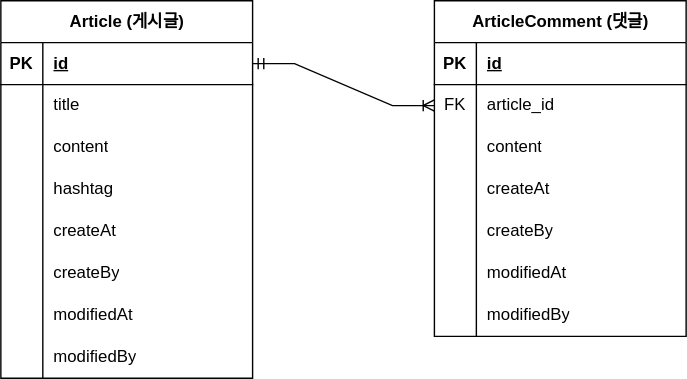
Before: document/ERD_diagram.svg, a diagram exported from draw.io (sanhaa/simple-board-project). Source tidied: cells renumbered, new cells last; positions are measured from the earlier drawing's top-left corner, leaving out a move shared by most shapes.
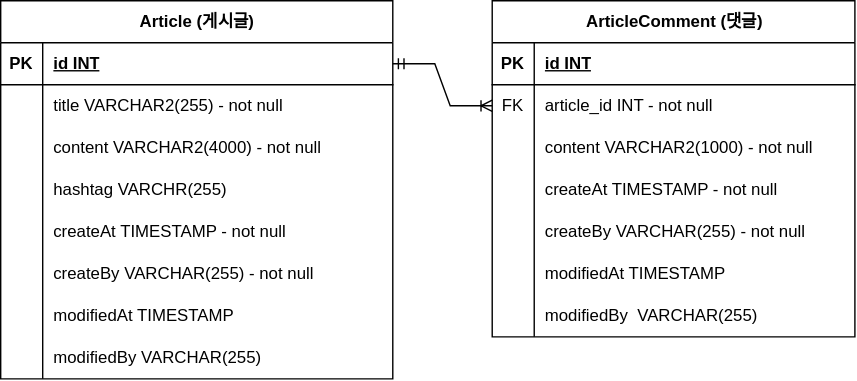
After the change.

What changed in the source:
```diff
@@ -3,145 +3,145 @@
     <mxCell id="0" />
     <mxCell id="1" parent="0" />
     <mxCell id="2" value="Article (게시글)" style="shape=table;startSize=30;rowLines=0;fontStyle=1;align=center;html=1;" parent="1" vertex="1">
-      <mxGeometry width="180" height="270" as="geometry" />
+      <mxGeometry x="-50" width="280" height="270" as="geometry" />
     </mxCell>
     <mxCell id="3" style="shape=tableRow;horizontal=0;startSize=0;swimlaneHead=0;swimlaneBody=0;fillColor=none;points=[[0,0.5],[1,0.5]];portConstraint=eastwest;top=0;left=0;right=0;bottom=1;" parent="2" vertex="1">
-      <mxGeometry y="30" width="180" height="30" as="geometry" />
+      <mxGeometry y="30" width="280" height="30" as="geometry" />
     </mxCell>
     <mxCell id="4" value="PK" style="shape=partialRectangle;fillColor=none;top=0;left=0;bottom=0;right=0;fontStyle=1;overflow=hidden;whiteSpace=wrap;html=1;" parent="3" vertex="1">
       <mxGeometry width="30" height="30" as="geometry" />
     </mxCell>
-    <mxCell id="5" value="id" style="shape=partialRectangle;fillColor=none;top=0;left=0;bottom=0;right=0;align=left;spacingLeft=6;fontStyle=5;overflow=hidden;whiteSpace=wrap;html=1;" parent="3" vertex="1">
-      <mxGeometry x="30" width="150" height="30" as="geometry" />
+    <mxCell id="5" value="id INT" style="shape=partialRectangle;fillColor=none;top=0;left=0;bottom=0;right=0;align=left;spacingLeft=6;fontStyle=5;overflow=hidden;whiteSpace=wrap;html=1;" parent="3" vertex="1">
+      <mxGeometry x="30" width="250" height="30" as="geometry" />
     </mxCell>
     <mxCell id="6" style="shape=tableRow;horizontal=0;startSize=0;swimlaneHead=0;swimlaneBody=0;fillColor=none;top=0;left=0;right=0;bottom=0;" parent="2" vertex="1">
-      <mxGeometry y="60" width="180" height="30" as="geometry" />
+      <mxGeometry y="60" width="280" height="30" as="geometry" />
     </mxCell>
     <mxCell id="7" style="shape=partialRectangle;fillColor=none;top=0;left=0;bottom=0;right=0;overflow=hidden;whiteSpace=wrap;html=1;" parent="6" vertex="1">
       <mxGeometry width="30" height="30" as="geometry" />
     </mxCell>
-    <mxCell id="8" value="title" style="shape=partialRectangle;fillColor=none;top=0;left=0;bottom=0;right=0;align=left;spacingLeft=6;overflow=hidden;whiteSpace=wrap;html=1;" parent="6" vertex="1">
-      <mxGeometry x="30" width="150" height="30" as="geometry" />
+    <mxCell id="8" value="title VARCHAR2(255) - not null" style="shape=partialRectangle;fillColor=none;top=0;left=0;bottom=0;right=0;align=left;spacingLeft=6;overflow=hidden;whiteSpace=wrap;html=1;" parent="6" vertex="1">
+      <mxGeometry x="30" width="250" height="30" as="geometry" />
     </mxCell>
     <mxCell id="9" style="shape=tableRow;horizontal=0;startSize=0;swimlaneHead=0;swimlaneBody=0;fillColor=none;top=0;left=0;right=0;bottom=0;" parent="2" vertex="1">
-      <mxGeometry y="90" width="180" height="30" as="geometry" />
+      <mxGeometry y="90" width="280" height="30" as="geometry" />
     </mxCell>
     <mxCell id="10" style="shape=partialRectangle;fillColor=none;top=0;left=0;bottom=0;right=0;overflow=hidden;whiteSpace=wrap;html=1;" parent="9" vertex="1">
       <mxGeometry width="30" height="30" as="geometry" />
     </mxCell>
-    <mxCell id="11" value="content" style="shape=partialRectangle;fillColor=none;top=0;left=0;bottom=0;right=0;align=left;spacingLeft=6;overflow=hidden;whiteSpace=wrap;html=1;" parent="9" vertex="1">
-      <mxGeometry x="30" width="150" height="30" as="geometry" />
+    <mxCell id="11" value="content VARCHAR2(4000) - not null" style="shape=partialRectangle;fillColor=none;top=0;left=0;bottom=0;right=0;align=left;spacingLeft=6;overflow=hidden;whiteSpace=wrap;html=1;" parent="9" vertex="1">
+      <mxGeometry x="30" width="250" height="30" as="geometry" />
     </mxCell>
     <mxCell id="12" style="shape=tableRow;horizontal=0;startSize=0;swimlaneHead=0;swimlaneBody=0;fillColor=none;top=0;left=0;right=0;bottom=0;" parent="2" vertex="1">
-      <mxGeometry y="120" width="180" height="30" as="geometry" />
+      <mxGeometry y="120" width="280" height="30" as="geometry" />
     </mxCell>
     <mxCell id="13" style="shape=partialRectangle;fillColor=none;top=0;left=0;bottom=0;right=0;overflow=hidden;whiteSpace=wrap;html=1;" parent="12" vertex="1">
       <mxGeometry width="30" height="30" as="geometry" />
     </mxCell>
-    <mxCell id="14" value="hashtag" style="shape=partialRectangle;fillColor=none;top=0;left=0;bottom=0;right=0;align=left;spacingLeft=6;overflow=hidden;whiteSpace=wrap;html=1;" parent="12" vertex="1">
-      <mxGeometry x="30" width="150" height="30" as="geometry" />
+    <mxCell id="14" value="hashtag VARCHR(255)" style="shape=partialRectangle;fillColor=none;top=0;left=0;bottom=0;right=0;align=left;spacingLeft=6;overflow=hidden;whiteSpace=wrap;html=1;" parent="12" vertex="1">
+      <mxGeometry x="30" width="250" height="30" as="geometry" />
     </mxCell>
     <mxCell id="15" style="shape=tableRow;horizontal=0;startSize=0;swimlaneHead=0;swimlaneBody=0;fillColor=none;top=0;left=0;right=0;bottom=0;" parent="2" vertex="1">
-      <mxGeometry y="150" width="180" height="30" as="geometry" />
+      <mxGeometry y="150" width="280" height="30" as="geometry" />
     </mxCell>
     <mxCell id="16" style="shape=partialRectangle;fillColor=none;top=0;left=0;bottom=0;right=0;overflow=hidden;whiteSpace=wrap;html=1;" parent="15" vertex="1">
       <mxGeometry width="30" height="30" as="geometry" />
     </mxCell>
-    <mxCell id="17" value="createAt" style="shape=partialRectangle;fillColor=none;top=0;left=0;bottom=0;right=0;align=left;spacingLeft=6;overflow=hidden;whiteSpace=wrap;html=1;" parent="15" vertex="1">
-      <mxGeometry x="30" width="150" height="30" as="geometry" />
+    <mxCell id="17" value="createAt TIMESTAMP - not null" style="shape=partialRectangle;fillColor=none;top=0;left=0;bottom=0;right=0;align=left;spacingLeft=6;overflow=hidden;whiteSpace=wrap;html=1;" parent="15" vertex="1">
+      <mxGeometry x="30" width="250" height="30" as="geometry" />
     </mxCell>
     <mxCell id="18" style="shape=tableRow;horizontal=0;startSize=0;swimlaneHead=0;swimlaneBody=0;fillColor=none;top=0;left=0;right=0;bottom=0;" parent="2" vertex="1">
-      <mxGeometry y="180" width="180" height="30" as="geometry" />
+      <mxGeometry y="180" width="280" height="30" as="geometry" />
     </mxCell>
     <mxCell id="19" style="shape=partialRectangle;fillColor=none;top=0;left=0;bottom=0;right=0;overflow=hidden;whiteSpace=wrap;html=1;" parent="18" vertex="1">
       <mxGeometry width="30" height="30" as="geometry" />
     </mxCell>
-    <mxCell id="20" value="createBy" style="shape=partialRectangle;fillColor=none;top=0;left=0;bottom=0;right=0;align=left;spacingLeft=6;overflow=hidden;whiteSpace=wrap;html=1;" parent="18" vertex="1">
-      <mxGeometry x="30" width="150" height="30" as="geometry" />
+    <mxCell id="20" value="createBy VARCHAR(255) - not null" style="shape=partialRectangle;fillColor=none;top=0;left=0;bottom=0;right=0;align=left;spacingLeft=6;overflow=hidden;whiteSpace=wrap;html=1;" parent="18" vertex="1">
+      <mxGeometry x="30" width="250" height="30" as="geometry" />
     </mxCell>
     <mxCell id="21" style="shape=tableRow;horizontal=0;startSize=0;swimlaneHead=0;swimlaneBody=0;fillColor=none;top=0;left=0;right=0;bottom=0;" parent="2" vertex="1">
-      <mxGeometry y="210" width="180" height="30" as="geometry" />
+      <mxGeometry y="210" width="280" height="30" as="geometry" />
     </mxCell>
     <mxCell id="22" style="shape=partialRectangle;fillColor=none;top=0;left=0;bottom=0;right=0;overflow=hidden;whiteSpace=wrap;html=1;" parent="21" vertex="1">
       <mxGeometry width="30" height="30" as="geometry" />
     </mxCell>
-    <mxCell id="23" value="modifiedAt" style="shape=partialRectangle;fillColor=none;top=0;left=0;bottom=0;right=0;align=left;spacingLeft=6;overflow=hidden;whiteSpace=wrap;html=1;" parent="21" vertex="1">
-      <mxGeometry x="30" width="150" height="30" as="geometry" />
+    <mxCell id="23" value="modifiedAt TIMESTAMP" style="shape=partialRectangle;fillColor=none;top=0;left=0;bottom=0;right=0;align=left;spacingLeft=6;overflow=hidden;whiteSpace=wrap;html=1;" parent="21" vertex="1">
+      <mxGeometry x="30" width="250" height="30" as="geometry" />
     </mxCell>
     <mxCell id="24" style="shape=tableRow;horizontal=0;startSize=0;swimlaneHead=0;swimlaneBody=0;fillColor=none;top=0;left=0;right=0;bottom=0;" parent="2" vertex="1">
-      <mxGeometry y="240" width="180" height="30" as="geometry" />
+      <mxGeometry y="240" width="280" height="30" as="geometry" />
     </mxCell>
     <mxCell id="25" style="shape=partialRectangle;fillColor=none;top=0;left=0;bottom=0;right=0;overflow=hidden;whiteSpace=wrap;html=1;" parent="24" vertex="1">
       <mxGeometry width="30" height="30" as="geometry" />
     </mxCell>
-    <mxCell id="26" value="modifiedBy" style="shape=partialRectangle;fillColor=none;top=0;left=0;bottom=0;right=0;align=left;spacingLeft=6;overflow=hidden;whiteSpace=wrap;html=1;" parent="24" vertex="1">
-      <mxGeometry x="30" width="150" height="30" as="geometry" />
+    <mxCell id="26" value="modifiedBy VARCHAR(255)" style="shape=partialRectangle;fillColor=none;top=0;left=0;bottom=0;right=0;align=left;spacingLeft=6;overflow=hidden;whiteSpace=wrap;html=1;" parent="24" vertex="1">
+      <mxGeometry x="30" width="250" height="30" as="geometry" />
     </mxCell>
     <mxCell id="27" value="ArticleComment (댓글)" style="shape=table;startSize=30;rowLines=0;fontStyle=1;align=center;html=1;" parent="1" vertex="1">
-      <mxGeometry x="310" width="180" height="240" as="geometry" />
+      <mxGeometry x="301" width="259" height="240" as="geometry" />
     </mxCell>
     <mxCell id="28" style="shape=tableRow;horizontal=0;startSize=0;swimlaneHead=0;swimlaneBody=0;fillColor=none;top=0;left=0;right=0;bottom=1;" parent="27" vertex="1">
-      <mxGeometry y="30" width="180" height="30" as="geometry" />
+      <mxGeometry y="30" width="259" height="30" as="geometry" />
     </mxCell>
     <mxCell id="29" value="PK" style="shape=partialRectangle;fillColor=none;top=0;left=0;bottom=0;right=0;fontStyle=1;overflow=hidden;whiteSpace=wrap;html=1;" parent="28" vertex="1">
       <mxGeometry width="30" height="30" as="geometry" />
     </mxCell>
-    <mxCell id="30" value="id" style="shape=partialRectangle;fillColor=none;top=0;left=0;bottom=0;right=0;align=left;spacingLeft=6;fontStyle=5;overflow=hidden;whiteSpace=wrap;html=1;" parent="28" vertex="1">
-      <mxGeometry x="30" width="150" height="30" as="geometry" />
+    <mxCell id="30" value="id INT" style="shape=partialRectangle;fillColor=none;top=0;left=0;bottom=0;right=0;align=left;spacingLeft=6;fontStyle=5;overflow=hidden;whiteSpace=wrap;html=1;" parent="28" vertex="1">
+      <mxGeometry x="30" width="229" height="30" as="geometry" />
     </mxCell>
     <mxCell id="31" style="shape=tableRow;horizontal=0;startSize=0;swimlaneHead=0;swimlaneBody=0;fillColor=none;points=[[0,0.5],[1,0.5]];portConstraint=eastwest;top=0;left=0;right=0;bottom=0;" parent="27" vertex="1">
-      <mxGeometry y="60" width="180" height="30" as="geometry" />
+      <mxGeometry y="60" width="259" height="30" as="geometry" />
     </mxCell>
     <mxCell id="32" value="FK" style="shape=partialRectangle;fillColor=none;top=0;left=0;bottom=0;right=0;overflow=hidden;whiteSpace=wrap;html=1;" parent="31" vertex="1">
       <mxGeometry width="30" height="30" as="geometry" />
     </mxCell>
-    <mxCell id="33" value="article_id" style="shape=partialRectangle;fillColor=none;top=0;left=0;bottom=0;right=0;align=left;spacingLeft=6;overflow=hidden;whiteSpace=wrap;html=1;" parent="31" vertex="1">
-      <mxGeometry x="30" width="150" height="30" as="geometry" />
+    <mxCell id="33" value="article_id INT - not null" style="shape=partialRectangle;fillColor=none;top=0;left=0;bottom=0;right=0;align=left;spacingLeft=6;overflow=hidden;whiteSpace=wrap;html=1;" parent="31" vertex="1">
+      <mxGeometry x="30" width="229" height="30" as="geometry" />
     </mxCell>
     <mxCell id="34" style="shape=tableRow;horizontal=0;startSize=0;swimlaneHead=0;swimlaneBody=0;fillColor=none;top=0;left=0;right=0;bottom=0;" parent="27" vertex="1">
-      <mxGeometry y="90" width="180" height="30" as="geometry" />
+      <mxGeometry y="90" width="259" height="30" as="geometry" />
     </mxCell>
     <mxCell id="35" style="shape=partialRectangle;fillColor=none;top=0;left=0;bottom=0;right=0;overflow=hidden;whiteSpace=wrap;html=1;" parent="34" vertex="1">
       <mxGeometry width="30" height="30" as="geometry" />
     </mxCell>
-    <mxCell id="36" value="content" style="shape=partialRectangle;fillColor=none;top=0;left=0;bottom=0;right=0;align=left;spacingLeft=6;overflow=hidden;whiteSpace=wrap;html=1;" parent="34" vertex="1">
-      <mxGeometry x="30" width="150" height="30" as="geometry" />
+    <mxCell id="36" value="content VARCHAR2(1000) - not null" style="shape=partialRectangle;fillColor=none;top=0;left=0;bottom=0;right=0;align=left;spacingLeft=6;overflow=hidden;whiteSpace=wrap;html=1;" parent="34" vertex="1">
+      <mxGeometry x="30" width="229" height="30" as="geometry" />
     </mxCell>
     <mxCell id="37" style="shape=tableRow;horizontal=0;startSize=0;swimlaneHead=0;swimlaneBody=0;fillColor=none;top=0;left=0;right=0;bottom=0;" parent="27" vertex="1">
-      <mxGeometry y="120" width="180" height="30" as="geometry" />
+      <mxGeometry y="120" width="259" height="30" as="geometry" />
     </mxCell>
     <mxCell id="38" style="shape=partialRectangle;fillColor=none;top=0;left=0;bottom=0;right=0;overflow=hidden;whiteSpace=wrap;html=1;" parent="37" vertex="1">
       <mxGeometry width="30" height="30" as="geometry" />
     </mxCell>
-    <mxCell id="39" value="createAt" style="shape=partialRectangle;fillColor=none;top=0;left=0;bottom=0;right=0;align=left;spacingLeft=6;overflow=hidden;whiteSpace=wrap;html=1;" parent="37" vertex="1">
-      <mxGeometry x="30" width="150" height="30" as="geometry" />
+    <mxCell id="39" value="createAt TIMESTAMP - not null" style="shape=partialRectangle;fillColor=none;top=0;left=0;bottom=0;right=0;align=left;spacingLeft=6;overflow=hidden;whiteSpace=wrap;html=1;" parent="37" vertex="1">
+      <mxGeometry x="30" width="229" height="30" as="geometry" />
     </mxCell>
     <mxCell id="40" style="shape=tableRow;horizontal=0;startSize=0;swimlaneHead=0;swimlaneBody=0;fillColor=none;top=0;left=0;right=0;bottom=0;" parent="27" vertex="1">
-      <mxGeometry y="150" width="180" height="30" as="geometry" />
+      <mxGeometry y="150" width="259" height="30" as="geometry" />
     </mxCell>
     <mxCell id="41" style="shape=partialRectangle;fillColor=none;top=0;left=0;bottom=0;right=0;overflow=hidden;whiteSpace=wrap;html=1;" parent="40" vertex="1">
       <mxGeometry width="30" height="30" as="geometry" />
     </mxCell>
-    <mxCell id="42" value="createBy" style="shape=partialRectangle;fillColor=none;top=0;left=0;bottom=0;right=0;align=left;spacingLeft=6;overflow=hidden;whiteSpace=wrap;html=1;" parent="40" vertex="1">
-      <mxGeometry x="30" width="150" height="30" as="geometry" />
+    <mxCell id="42" value="createBy VARCHAR(255) - not null" style="shape=partialRectangle;fillColor=none;top=0;left=0;bottom=0;right=0;align=left;spacingLeft=6;overflow=hidden;whiteSpace=wrap;html=1;" parent="40" vertex="1">
+      <mxGeometry x="30" width="229" height="30" as="geometry" />
     </mxCell>
     <mxCell id="43" style="shape=tableRow;horizontal=0;startSize=0;swimlaneHead=0;swimlaneBody=0;fillColor=none;top=0;left=0;right=0;bottom=0;" parent="27" vertex="1">
-      <mxGeometry y="180" width="180" height="30" as="geometry" />
+      <mxGeometry y="180" width="259" height="30" as="geometry" />
     </mxCell>
     <mxCell id="44" style="shape=partialRectangle;fillColor=none;top=0;left=0;bottom=0;right=0;overflow=hidden;whiteSpace=wrap;html=1;" parent="43" vertex="1">
       <mxGeometry width="30" height="30" as="geometry" />
     </mxCell>
-    <mxCell id="45" value="modifiedAt" style="shape=partialRectangle;fillColor=none;top=0;left=0;bottom=0;right=0;align=left;spacingLeft=6;overflow=hidden;whiteSpace=wrap;html=1;" parent="43" vertex="1">
-      <mxGeometry x="30" width="150" height="30" as="geometry" />
+    <mxCell id="45" value="modifiedAt TIMESTAMP" style="shape=partialRectangle;fillColor=none;top=0;left=0;bottom=0;right=0;align=left;spacingLeft=6;overflow=hidden;whiteSpace=wrap;html=1;" parent="43" vertex="1">
+      <mxGeometry x="30" width="229" height="30" as="geometry" />
     </mxCell>
     <mxCell id="46" style="shape=tableRow;horizontal=0;startSize=0;swimlaneHead=0;swimlaneBody=0;fillColor=none;top=0;left=0;right=0;bottom=0;" parent="27" vertex="1">
-      <mxGeometry y="210" width="180" height="30" as="geometry" />
+      <mxGeometry y="210" width="259" height="30" as="geometry" />
     </mxCell>
     <mxCell id="47" style="shape=partialRectangle;fillColor=none;top=0;left=0;bottom=0;right=0;overflow=hidden;whiteSpace=wrap;html=1;" parent="46" vertex="1">
       <mxGeometry width="30" height="30" as="geometry" />
     </mxCell>
-    <mxCell id="48" value="modifiedBy" style="shape=partialRectangle;fillColor=none;top=0;left=0;bottom=0;right=0;align=left;spacingLeft=6;overflow=hidden;whiteSpace=wrap;html=1;" parent="46" vertex="1">
-      <mxGeometry x="30" width="150" height="30" as="geometry" />
+    <mxCell id="48" value="modifiedBy&amp;nbsp; VARCHAR(255)" style="shape=partialRectangle;fillColor=none;top=0;left=0;bottom=0;right=0;align=left;spacingLeft=6;overflow=hidden;whiteSpace=wrap;html=1;" parent="46" vertex="1">
+      <mxGeometry x="30" width="229" height="30" as="geometry" />
     </mxCell>
     <mxCell id="49" style="edgeStyle=entityRelationEdgeStyle;fontSize=12;html=1;endArrow=ERoneToMany;startArrow=ERmandOne;rounded=0;exitX=1;exitY=0.5;exitDx=0;exitDy=0;entryX=0;entryY=0.5;entryDx=0;entryDy=0;" parent="1" edge="1" source="3" target="31">
       <mxGeometry relative="1" as="geometry" />
```
